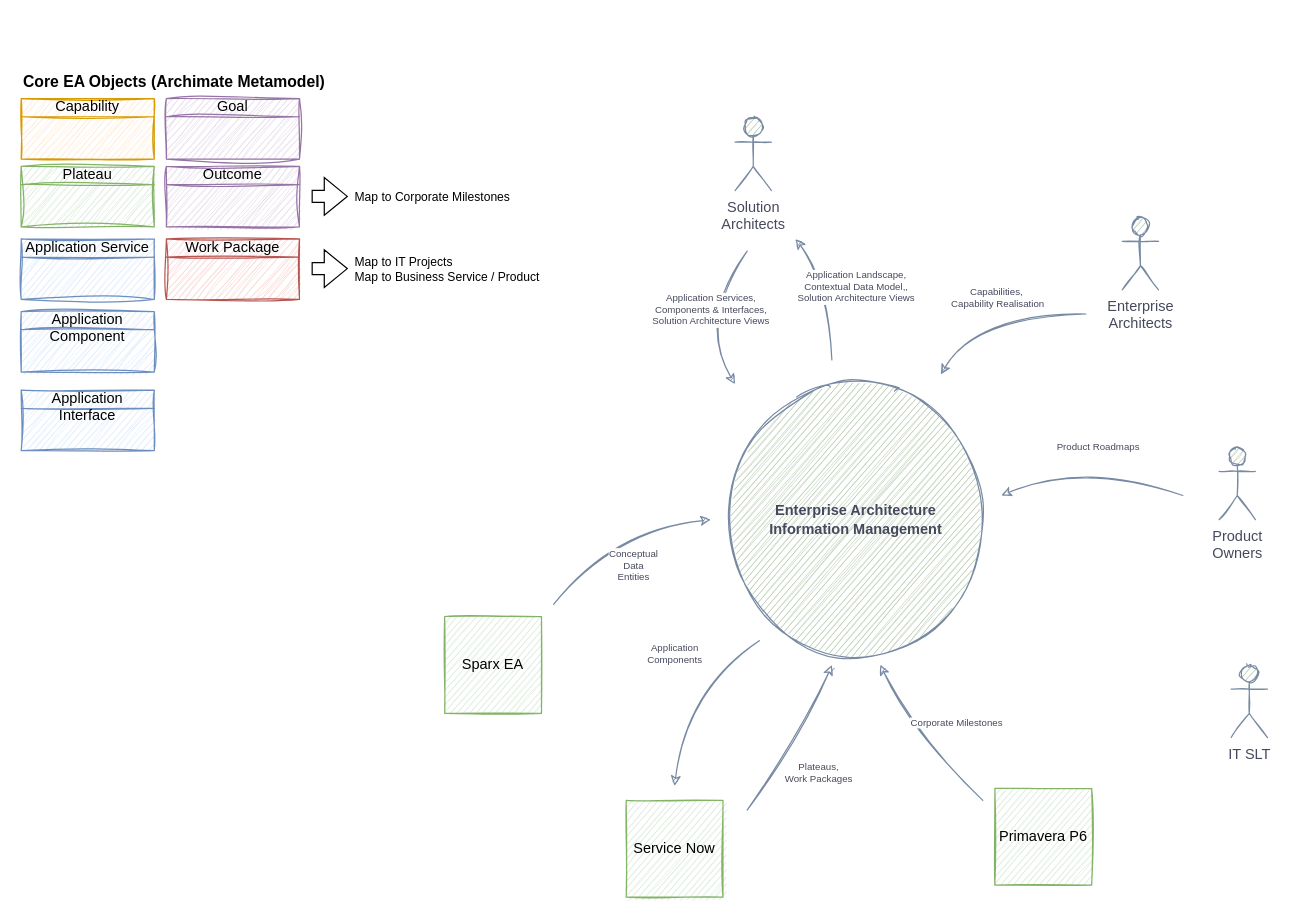
Earlier version of the draw.io diagram page "IT Orbus Context" (2 of 3) of TOM Management.drawio (martinlt/reference). Source tidied: cells renumbered, new cells numbered last; positions are measured from the earlier drawing's top-left corner, leaving out a move shared by most shapes. Both pictures are drawn from the tidied source at 121%, with x=0, y=0 at pixel (21, 67).
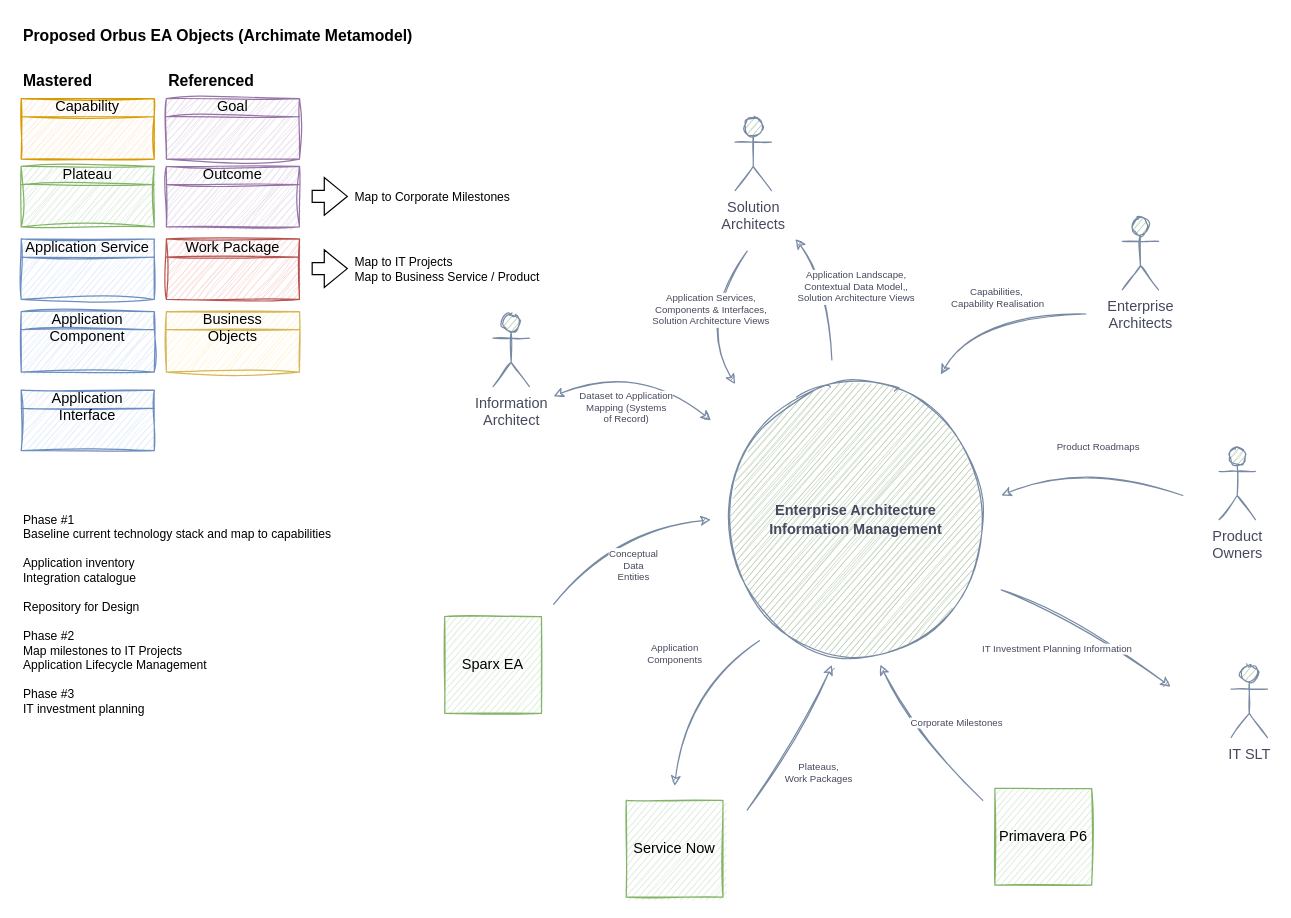
Above is the later version.

Diff of the diagram source:
```diff
@@
-    <mxCell id="7" value="Core EA Objects (Archimate Metamodel)" style="text;strokeColor=none;fillColor=none;html=1;fontSize=13;fontStyle=1;verticalAlign=middle;align=left;" parent="1" vertex="1">
-      <mxGeometry width="260" height="24" as="geometry" />
+    <mxCell id="7" value="Proposed Orbus EA Objects (Archimate Metamodel)" style="text;strokeColor=none;fillColor=none;html=1;fontSize=13;fontStyle=1;verticalAlign=middle;align=left;" parent="1" vertex="1">
+      <mxGeometry y="-38" width="340" height="24" as="geometry" />
     </mxCell>
@@
+    <mxCell id="31" value="Phase #1&lt;br&gt;Baseline current technology stack and map to capabilities&lt;br&gt;&lt;br&gt;Application inventory&lt;br&gt;Integration catalogue&lt;br&gt;&lt;br&gt;Repository for Design&lt;br&gt;&lt;br&gt;Phase #2&lt;br&gt;Map milestones to IT Projects&lt;br&gt;Application Lifecycle Management&lt;br&gt;&lt;br&gt;Phase #3&lt;br&gt;IT investment planning" style="text;html=1;strokeColor=none;fillColor=none;align=left;verticalAlign=top;whiteSpace=wrap;rounded=0;fontSize=10;" parent="1" vertex="1">
+      <mxGeometry y="362" width="300" height="250" as="geometry" />
+    </mxCell>
+    <mxCell id="32" value="Business&lt;br&gt;Objects" style="html=1;whiteSpace=wrap;fillColor=#fff2cc;shape=mxgraph.archimate3.businessObject;overflow=fill;sketch=1;curveFitting=1;jiggle=2;strokeColor=#d6b656;" parent="1" vertex="1">
+      <mxGeometry x="120" y="202" width="110" height="50" as="geometry" />
+    </mxCell>
+    <mxCell id="33" value="Information&lt;br&gt;Architect" style="shape=umlActor;verticalLabelPosition=bottom;verticalAlign=top;html=1;rounded=0;sketch=1;fillColor=#B2C9AB;strokeColor=#788AA3;fontColor=#46495D;" parent="1" vertex="1">
+      <mxGeometry x="390" y="204" width="30" height="60" as="geometry" />
+    </mxCell>
+    <mxCell id="34" value="Dataset to Application &lt;br&gt;Mapping (Systems&lt;br&gt;of Record)" style="curved=1;endArrow=classic;html=1;rounded=0;startArrow=classic;startFill=1;endFill=1;sketch=1;strokeColor=#788AA3;fontColor=#46495D;fontSize=8;" parent="1" edge="1">
+      <mxGeometry x="0.34" y="33" relative="1" as="geometry">
+        <mxPoint x="570" y="292" as="sourcePoint" />
+        <mxPoint x="440" y="272" as="targetPoint" />
+        <Array as="points">
+          <mxPoint x="510" y="242" />
+        </Array>
+      </mxGeometry>
+    </mxCell>
+    <mxCell id="35" value="IT Investment Planning Information" style="curved=1;endArrow=classic;html=1;rounded=0;startArrow=none;startFill=0;endFill=1;sketch=1;strokeColor=#788AA3;fontColor=#46495D;fontSize=8;" parent="1" edge="1">
+      <mxGeometry x="-0.16" y="-30" relative="1" as="geometry">
+        <mxPoint x="810" y="432" as="sourcePoint" />
+        <mxPoint x="950" y="512" as="targetPoint" />
+        <Array as="points">
+          <mxPoint x="870" y="454" />
+        </Array>
+      </mxGeometry>
+    </mxCell>
+    <mxCell id="36" value="Mastered" style="text;strokeColor=none;fillColor=none;html=1;fontSize=13;fontStyle=1;verticalAlign=middle;align=left;" parent="1" vertex="1">
+      <mxGeometry y="-4" width="70" height="30" as="geometry" />
+    </mxCell>
+    <mxCell id="37" value="Referenced" style="text;strokeColor=none;fillColor=none;html=1;fontSize=13;fontStyle=1;verticalAlign=middle;align=left;" parent="1" vertex="1">
+      <mxGeometry x="120" y="-4" width="70" height="30" as="geometry" />
+    </mxCell>
```
